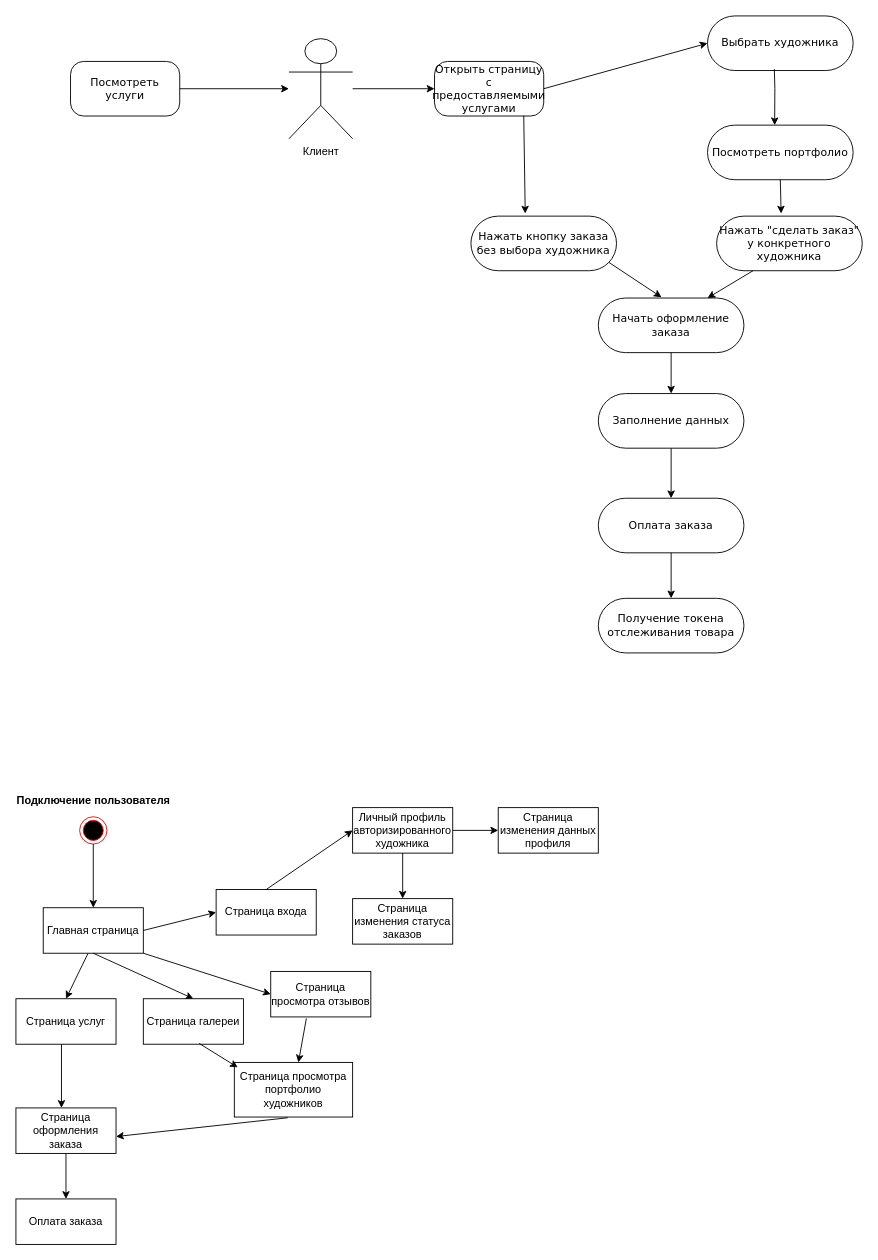
Before: состояния.drawio in GokaPek/Noting, a draw.io diagram. Source tidied: cells renumbered, new cells numbered last; positions are measured from the earlier drawing's top-left corner, leaving out a move shared by most shapes. Both pictures are drawn from the tidied source at 91%, with x=0, y=0 at pixel (15, 15).
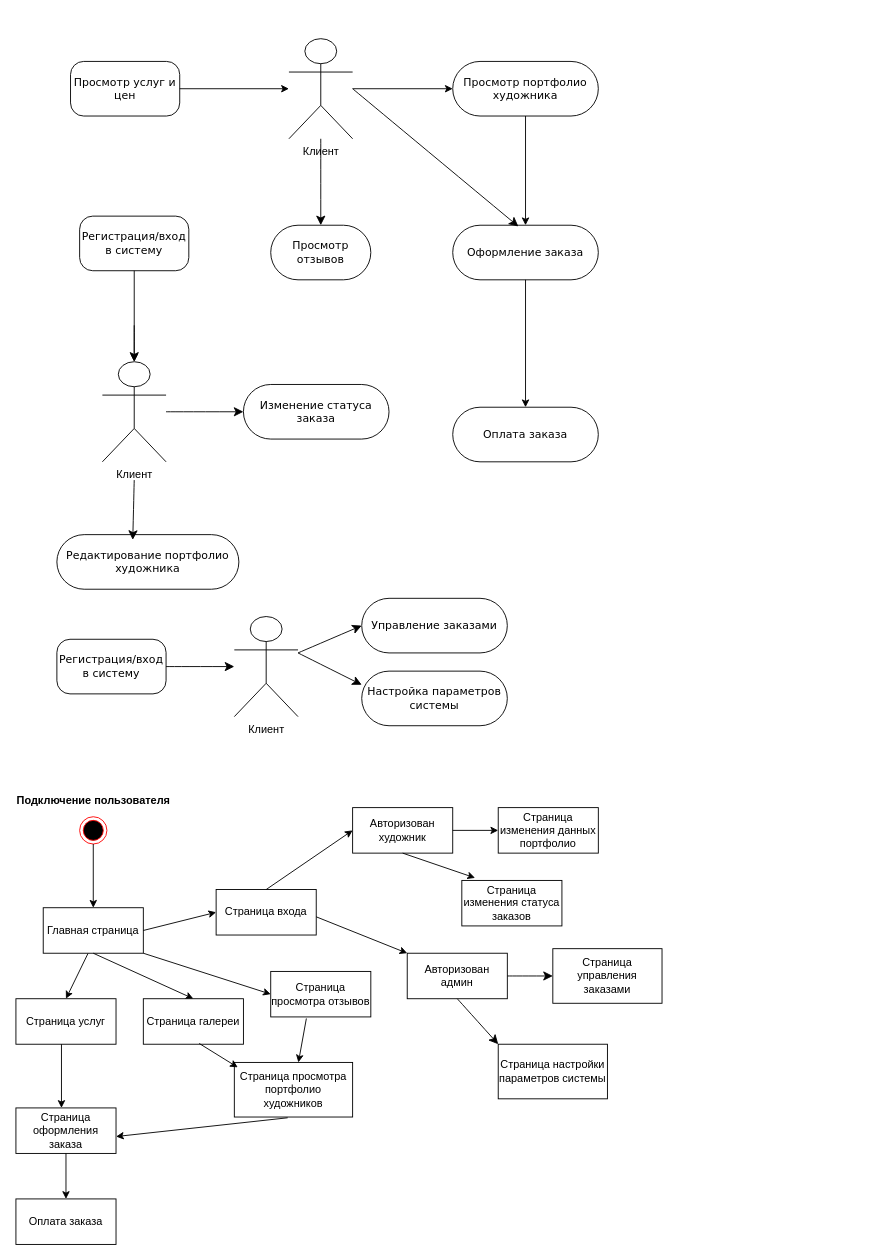
Above is the later version.

Unchanged cells that the change refers to:
```xml
<mxCell id="3" value="Клиент&lt;div&gt;&lt;br&gt;&lt;/div&gt;" style="shape=umlActor;verticalLabelPosition=bottom;verticalAlign=top;html=1;outlineConnect=0;" parent="1" vertex="1">
  <mxGeometry x="300" y="25" width="70" height="110" as="geometry" />
</mxCell>
```

Diff of the diagram source:
```diff
@@
-    <mxCell id="2" value="Посмотреть услуги" style="rounded=1;whiteSpace=wrap;html=1;arcSize=24;shadow=0;comic=0;labelBackgroundColor=none;fontFamily=Verdana;fontSize=12;align=center;" parent="1" vertex="1">
+    <mxCell id="2" value="Просмотр услуг и цен" style="rounded=1;whiteSpace=wrap;html=1;arcSize=24;shadow=0;comic=0;labelBackgroundColor=none;fontFamily=Verdana;fontSize=12;align=center;" parent="1" vertex="1">
       <mxGeometry x="60" y="50" width="120" height="60" as="geometry" />
     </mxCell>
@@
-    <mxCell id="5" value="Открыть страницу с предоставляемыми услугами" style="rounded=1;whiteSpace=wrap;html=1;arcSize=24;shadow=0;comic=0;labelBackgroundColor=none;fontFamily=Verdana;fontSize=12;align=center;" parent="1" vertex="1">
-      <mxGeometry x="460" y="50" width="120" height="60" as="geometry" />
-    </mxCell>
-    <mxCell id="6" style="endArrow=classic;html=1;rounded=0;entryX=0;entryY=0.5;entryDx=0;entryDy=0;" parent="1" edge="1" source="3" target="5">
-      <mxGeometry relative="1" as="geometry" />
-    </mxCell>
-    <mxCell id="7" value="Выбрать художника" style="rounded=1;whiteSpace=wrap;html=1;arcSize=50;shadow=0;comic=0;labelBackgroundColor=none;fontFamily=Verdana;fontSize=12;align=center;" parent="1" vertex="1">
-      <mxGeometry x="760" width="160" height="60" as="geometry" />
-    </mxCell>
-    <mxCell id="8" value="Посмотреть портфолио" style="rounded=1;whiteSpace=wrap;html=1;arcSize=50;shadow=0;comic=0;labelBackgroundColor=none;fontFamily=Verdana;fontSize=12;align=center;" parent="1" vertex="1">
-      <mxGeometry x="760" y="120" width="160" height="60" as="geometry" />
+    <mxCell id="8" value="Просмотр портфолио художника" style="rounded=1;whiteSpace=wrap;html=1;arcSize=50;shadow=0;comic=0;labelBackgroundColor=none;fontFamily=Verdana;fontSize=12;align=center;" parent="1" vertex="1">
+      <mxGeometry x="480" y="50" width="160" height="60" as="geometry" />
     </mxCell>
-    <mxCell id="9" value="Нажать кнопку заказа без выбора художника" style="rounded=1;whiteSpace=wrap;html=1;arcSize=50;shadow=0;comic=0;labelBackgroundColor=none;fontFamily=Verdana;fontSize=12;align=center;" parent="1" vertex="1">
-      <mxGeometry x="500" y="220" width="160" height="60" as="geometry" />
-    </mxCell>
-    <mxCell id="10" value="Нажать &quot;сделать заказ&quot; у конкретного художника" style="rounded=1;whiteSpace=wrap;html=1;arcSize=50;shadow=0;comic=0;labelBackgroundColor=none;fontFamily=Verdana;fontSize=12;align=center;" parent="1" vertex="1">
-      <mxGeometry x="770" y="220" width="160" height="60" as="geometry" />
-    </mxCell>
-    <mxCell id="11" value="Начать оформление заказа" style="rounded=1;whiteSpace=wrap;html=1;arcSize=50;shadow=0;comic=0;labelBackgroundColor=none;fontFamily=Verdana;fontSize=12;align=center;" parent="1" vertex="1">
-      <mxGeometry x="640" y="310" width="160" height="60" as="geometry" />
+    <mxCell id="11" value="О&lt;span style=&quot;background-color: initial;&quot;&gt;формление заказа&lt;/span&gt;" style="rounded=1;whiteSpace=wrap;html=1;arcSize=50;shadow=0;comic=0;labelBackgroundColor=none;fontFamily=Verdana;fontSize=12;align=center;" parent="1" vertex="1">
+      <mxGeometry x="480" y="230" width="160" height="60" as="geometry" />
     </mxCell>
-    <mxCell id="12" value="Заполнение данных" style="rounded=1;whiteSpace=wrap;html=1;arcSize=50;shadow=0;comic=0;labelBackgroundColor=none;fontFamily=Verdana;fontSize=12;align=center;" parent="1" vertex="1">
-      <mxGeometry x="640" y="415" width="160" height="60" as="geometry" />
-    </mxCell>
-    <mxCell id="13" value="Получение токена отслеживания товара" style="rounded=1;whiteSpace=wrap;html=1;arcSize=50;shadow=0;comic=0;labelBackgroundColor=none;fontFamily=Verdana;fontSize=12;align=center;" parent="1" vertex="1">
-      <mxGeometry x="640" y="640" width="160" height="60" as="geometry" />
-    </mxCell>
     <mxCell id="14" value="Оплата заказа" style="rounded=1;whiteSpace=wrap;html=1;arcSize=50;shadow=0;comic=0;labelBackgroundColor=none;fontFamily=Verdana;fontSize=12;align=center;" parent="1" vertex="1">
-      <mxGeometry x="640" y="530" width="160" height="60" as="geometry" />
+      <mxGeometry x="480" y="430" width="160" height="60" as="geometry" />
     </mxCell>
-    <mxCell id="15" style="endArrow=classic;html=1;rounded=0;exitX=1;exitY=0.5;exitDx=0;exitDy=0;entryX=0;entryY=0.5;entryDx=0;entryDy=0;" parent="1" edge="1" source="5" target="7">
-      <mxGeometry relative="1" as="geometry" />
-    </mxCell>
-    <mxCell id="16" style="endArrow=classic;html=1;rounded=0;exitX=0.459;exitY=0.975;exitDx=0;exitDy=0;exitPerimeter=0;entryX=0.461;entryY=0.001;entryDx=0;entryDy=0;entryPerimeter=0;" parent="1" edge="1" source="7" target="8">
-      <mxGeometry relative="1" as="geometry">
-        <Array as="points">
-          <mxPoint x="834" y="80" />
-        </Array>
-      </mxGeometry>
+    <mxCell id="16" style="endArrow=classic;html=1;rounded=0;entryX=0;entryY=0.5;entryDx=0;entryDy=0;" parent="1" edge="1" source="3" target="8">
+      <mxGeometry relative="1" as="geometry" />
     </mxCell>
-    <mxCell id="17" style="endArrow=classic;html=1;rounded=0;exitX=0.5;exitY=1;exitDx=0;exitDy=0;entryX=0.443;entryY=-0.048;entryDx=0;entryDy=0;entryPerimeter=0;" parent="1" edge="1" source="8" target="10">
+    <mxCell id="17" style="endArrow=classic;html=1;rounded=0;exitX=0.5;exitY=1;exitDx=0;exitDy=0;entryX=0.5;entryY=0;entryDx=0;entryDy=0;" parent="1" edge="1" source="8" target="11">
       <mxGeometry relative="1" as="geometry" />
     </mxCell>
-    <mxCell id="18" style="endArrow=classic;html=1;rounded=0;exitX=0.817;exitY=0.995;exitDx=0;exitDy=0;exitPerimeter=0;entryX=0.373;entryY=-0.048;entryDx=0;entryDy=0;entryPerimeter=0;" parent="1" edge="1" source="5" target="9">
-      <mxGeometry relative="1" as="geometry" />
-    </mxCell>
-    <mxCell id="19" style="endArrow=classic;html=1;rounded=0;exitX=0.948;exitY=0.848;exitDx=0;exitDy=0;exitPerimeter=0;entryX=0.434;entryY=-0.014;entryDx=0;entryDy=0;entryPerimeter=0;" parent="1" edge="1" source="9" target="11">
-      <mxGeometry relative="1" as="geometry" />
-    </mxCell>
-    <mxCell id="20" style="endArrow=classic;html=1;rounded=0;exitX=0.25;exitY=1;exitDx=0;exitDy=0;entryX=0.75;entryY=0;entryDx=0;entryDy=0;" parent="1" edge="1" source="10" target="11">
-      <mxGeometry relative="1" as="geometry" />
-    </mxCell>
-    <mxCell id="21" style="endArrow=classic;html=1;rounded=0;exitX=0.5;exitY=1;exitDx=0;exitDy=0;entryX=0.5;entryY=0;entryDx=0;entryDy=0;" parent="1" edge="1" source="11" target="12">
+    <mxCell id="21" style="endArrow=classic;html=1;rounded=0;exitX=0.5;exitY=1;exitDx=0;exitDy=0;entryX=0.5;entryY=0;entryDx=0;entryDy=0;" parent="1" edge="1" source="11" target="14">
       <mxGeometry relative="1" as="geometry" />
     </mxCell>
-    <mxCell id="22" style="endArrow=classic;html=1;rounded=0;entryX=0.5;entryY=0;entryDx=0;entryDy=0;" parent="1" edge="1" target="14">
-      <mxGeometry relative="1" as="geometry">
-        <mxPoint x="720" y="475" as="sourcePoint" />
-      </mxGeometry>
-    </mxCell>
-    <mxCell id="23" style="endArrow=classic;html=1;rounded=0;exitX=0.5;exitY=1;exitDx=0;exitDy=0;entryX=0.5;entryY=0;entryDx=0;entryDy=0;" parent="1" edge="1" source="14" target="13">
-      <mxGeometry relative="1" as="geometry" />
-    </mxCell>
@@
-    <mxCell id="44" value="Личный профиль авторизированного художника" style="html=1;whiteSpace=wrap;" parent="1" vertex="1">
+    <mxCell id="44" value="Авторизован художник" style="html=1;whiteSpace=wrap;" parent="1" vertex="1">
       <mxGeometry x="370" y="870" width="110" height="50" as="geometry" />
     </mxCell>
@@
     <mxCell id="46" value="Страница изменения статуса заказов" style="html=1;whiteSpace=wrap;" parent="1" vertex="1">
-      <mxGeometry x="370" y="970" width="110" height="50" as="geometry" />
+      <mxGeometry x="490" y="950" width="110" height="50" as="geometry" />
     </mxCell>
-    <mxCell id="47" style="endArrow=classic;html=1;rounded=0;exitX=0.5;exitY=1;exitDx=0;exitDy=0;" parent="1" edge="1" source="44">
-      <mxGeometry relative="1" as="geometry">
-        <mxPoint x="425" y="970" as="targetPoint" />
-      </mxGeometry>
+    <mxCell id="47" style="endArrow=classic;html=1;rounded=0;exitX=0.5;exitY=1;exitDx=0;exitDy=0;entryX=0.132;entryY=-0.056;entryDx=0;entryDy=0;entryPerimeter=0;" parent="1" edge="1" source="44" target="46">
+      <mxGeometry relative="1" as="geometry" />
     </mxCell>
-    <mxCell id="48" value="Страница изменения данных профиля" style="html=1;whiteSpace=wrap;" parent="1" vertex="1">
+    <mxCell id="48" value="Страница изменения данных портфолио" style="html=1;whiteSpace=wrap;" parent="1" vertex="1">
       <mxGeometry x="530" y="870" width="110" height="50" as="geometry" />
     </mxCell>
@@
+    <mxCell id="50" style="endArrow=classic;html=1;rounded=0;fontSize=12;startSize=8;endSize=8;curved=1;entryX=0.451;entryY=0.023;entryDx=0;entryDy=0;entryPerimeter=0;" parent="1" edge="1" target="11">
+      <mxGeometry relative="1" as="geometry">
+        <mxPoint x="370" y="80" as="sourcePoint" />
+      </mxGeometry>
+    </mxCell>
+    <mxCell id="51" value="Клиент&lt;div&gt;&lt;br&gt;&lt;/div&gt;" style="shape=umlActor;verticalLabelPosition=bottom;verticalAlign=top;html=1;outlineConnect=0;" parent="1" vertex="1">
+      <mxGeometry x="95" y="380" width="70" height="110" as="geometry" />
+    </mxCell>
+    <mxCell id="52" value="Регистрация/вход в систему" style="rounded=1;whiteSpace=wrap;html=1;arcSize=24;shadow=0;comic=0;labelBackgroundColor=none;fontFamily=Verdana;fontSize=12;align=center;" parent="1" vertex="1">
+      <mxGeometry x="70" y="220" width="120" height="60" as="geometry" />
+    </mxCell>
+    <mxCell id="53" style="endArrow=classic;html=1;rounded=0;exitX=0.5;exitY=1;exitDx=0;exitDy=0;entryX=0.5;entryY=0;entryDx=0;entryDy=0;entryPerimeter=0;" parent="1" edge="1" source="52" target="51">
+      <mxGeometry relative="1" as="geometry" />
+    </mxCell>
+    <mxCell id="54" style="edgeStyle=none;curved=1;rounded=0;jettySize=auto;html=1;fontSize=12;startSize=8;endSize=8;" parent="1" edge="1" target="51">
+      <mxGeometry relative="1" as="geometry">
+        <mxPoint x="130" y="340" as="sourcePoint" />
+      </mxGeometry>
+    </mxCell>
+    <mxCell id="55" value="Редактирование&lt;span style=&quot;background-color: initial;&quot;&gt;&amp;nbsp;портфолио художника&lt;/span&gt;" style="rounded=1;whiteSpace=wrap;html=1;arcSize=50;shadow=0;comic=0;labelBackgroundColor=none;fontFamily=Verdana;fontSize=12;align=center;" parent="1" vertex="1">
+      <mxGeometry x="45" y="570" width="200" height="60" as="geometry" />
+    </mxCell>
+    <mxCell id="56" value="Просмотр отзывов" style="rounded=1;whiteSpace=wrap;html=1;arcSize=50;shadow=0;comic=0;labelBackgroundColor=none;fontFamily=Verdana;fontSize=12;align=center;" parent="1" vertex="1">
+      <mxGeometry x="280" y="230" width="110" height="60" as="geometry" />
+    </mxCell>
+    <mxCell id="57" style="endArrow=classic;html=1;rounded=0;fontSize=12;startSize=8;endSize=8;curved=1;entryX=0.5;entryY=0;entryDx=0;entryDy=0;" parent="1" edge="1" source="3" target="56">
+      <mxGeometry relative="1" as="geometry" />
+    </mxCell>
+    <mxCell id="58" value="Изменение статуса заказа" style="rounded=1;whiteSpace=wrap;html=1;arcSize=50;shadow=0;comic=0;labelBackgroundColor=none;fontFamily=Verdana;fontSize=12;align=center;" parent="1" vertex="1">
+      <mxGeometry x="250" y="405" width="160" height="60" as="geometry" />
+    </mxCell>
+    <mxCell id="59" style="endArrow=classic;html=1;rounded=0;fontSize=12;startSize=8;endSize=8;curved=1;entryX=0.417;entryY=0.096;entryDx=0;entryDy=0;entryPerimeter=0;" parent="1" edge="1" target="55">
+      <mxGeometry relative="1" as="geometry">
+        <mxPoint x="130" y="510" as="sourcePoint" />
+      </mxGeometry>
+    </mxCell>
+    <mxCell id="60" style="edgeStyle=none;curved=1;rounded=0;jettySize=auto;html=1;fontSize=12;startSize=8;endSize=8;entryX=0;entryY=0.5;entryDx=0;entryDy=0;" parent="1" edge="1" source="51" target="58">
+      <mxGeometry relative="1" as="geometry" />
+    </mxCell>
+    <mxCell id="61" value="Клиент&lt;div&gt;&lt;br&gt;&lt;/div&gt;" style="shape=umlActor;verticalLabelPosition=bottom;verticalAlign=top;html=1;outlineConnect=0;" parent="1" vertex="1">
+      <mxGeometry x="240" y="660" width="70" height="110" as="geometry" />
+    </mxCell>
+    <mxCell id="62" value="Регистрация/вход в систему" style="rounded=1;whiteSpace=wrap;html=1;arcSize=24;shadow=0;comic=0;labelBackgroundColor=none;fontFamily=Verdana;fontSize=12;align=center;" parent="1" vertex="1">
+      <mxGeometry x="45" y="685" width="120" height="60" as="geometry" />
+    </mxCell>
+    <mxCell id="63" style="edgeStyle=none;curved=1;rounded=0;jettySize=auto;html=1;fontSize=12;startSize=8;endSize=8;exitX=1;exitY=0.5;exitDx=0;exitDy=0;" parent="1" edge="1" source="62" target="61">
+      <mxGeometry relative="1" as="geometry" />
+    </mxCell>
+    <mxCell id="64" value="Управление заказами" style="rounded=1;whiteSpace=wrap;html=1;arcSize=50;shadow=0;comic=0;labelBackgroundColor=none;fontFamily=Verdana;fontSize=12;align=center;" parent="1" vertex="1">
+      <mxGeometry x="380" y="640" width="160" height="60" as="geometry" />
+    </mxCell>
+    <mxCell id="65" value="Настройка параметров системы" style="rounded=1;whiteSpace=wrap;html=1;arcSize=50;shadow=0;comic=0;labelBackgroundColor=none;fontFamily=Verdana;fontSize=12;align=center;" parent="1" vertex="1">
+      <mxGeometry x="380" y="720" width="160" height="60" as="geometry" />
+    </mxCell>
+    <mxCell id="66" style="endArrow=classic;html=1;rounded=0;fontSize=12;startSize=8;endSize=8;curved=1;entryX=0;entryY=0.5;entryDx=0;entryDy=0;" parent="1" edge="1" source="61" target="64">
+      <mxGeometry relative="1" as="geometry" />
+    </mxCell>
+    <mxCell id="67" style="endArrow=classic;html=1;rounded=0;fontSize=12;startSize=8;endSize=8;curved=1;entryX=0;entryY=0.25;entryDx=0;entryDy=0;" parent="1" edge="1" target="65">
+      <mxGeometry relative="1" as="geometry">
+        <mxPoint x="310" y="700" as="sourcePoint" />
+      </mxGeometry>
+    </mxCell>
+    <mxCell id="68" value="Авторизован админ" style="html=1;whiteSpace=wrap;" parent="1" vertex="1">
+      <mxGeometry x="430" y="1030" width="110" height="50" as="geometry" />
+    </mxCell>
+    <mxCell id="69" style="endArrow=classic;html=1;rounded=0;entryX=0;entryY=0;entryDx=0;entryDy=0;" parent="1" edge="1" target="68">
+      <mxGeometry relative="1" as="geometry">
+        <mxPoint x="330" y="990" as="sourcePoint" />
+      </mxGeometry>
+    </mxCell>
+    <mxCell id="70" value="Страница управления заказами" style="rounded=0;whiteSpace=wrap;html=1;" parent="1" vertex="1">
+      <mxGeometry x="590" y="1025" width="120" height="60" as="geometry" />
+    </mxCell>
+    <mxCell id="71" value="Страница настройки параметров системы" style="rounded=0;whiteSpace=wrap;html=1;" parent="1" vertex="1">
+      <mxGeometry x="530" y="1130" width="120" height="60" as="geometry" />
+    </mxCell>
+    <mxCell id="72" style="endArrow=classic;html=1;rounded=0;fontSize=12;startSize=8;endSize=8;curved=1;exitX=1;exitY=0.5;exitDx=0;exitDy=0;entryX=0;entryY=0.5;entryDx=0;entryDy=0;" parent="1" edge="1" source="68" target="70">
+      <mxGeometry relative="1" as="geometry" />
+    </mxCell>
+    <mxCell id="73" style="endArrow=classic;html=1;rounded=0;fontSize=12;startSize=8;endSize=8;curved=1;exitX=0.5;exitY=1;exitDx=0;exitDy=0;entryX=0;entryY=0;entryDx=0;entryDy=0;" parent="1" edge="1" source="68" target="71">
+      <mxGeometry relative="1" as="geometry" />
+    </mxCell>
```
